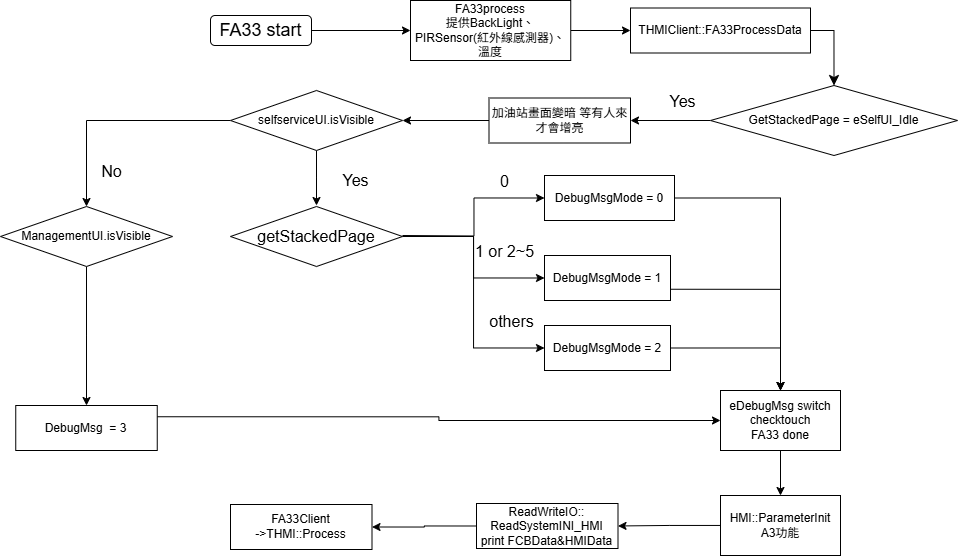
Earlier version of the draw.io export HMI流程圖.png (AXQuestion/-). Source tidied: cells renumbered, new cells last; positions are measured from the earlier drawing's top-left corner, leaving out a move shared by most shapes.
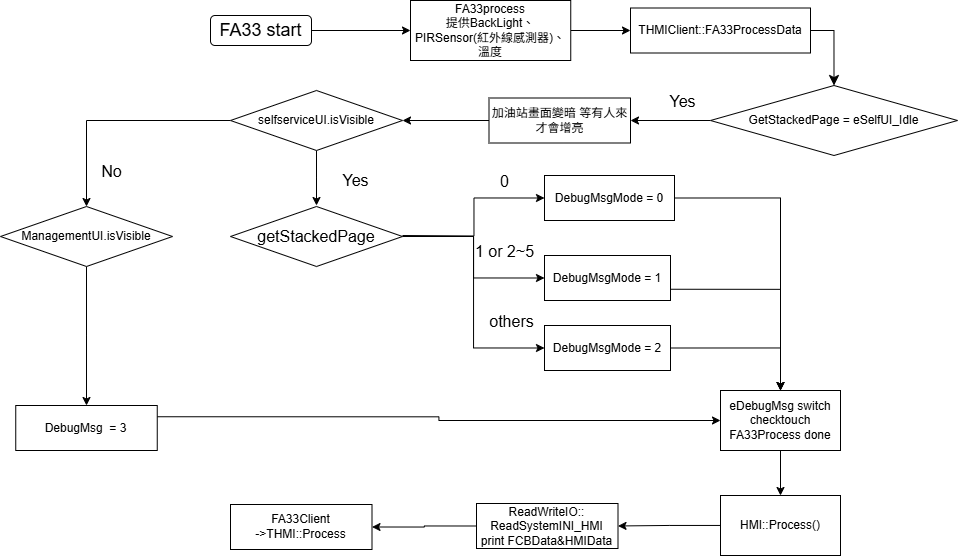
Later version of the same file.

Commit message:
更新HMI流程圖.png

Change to the diagram source:
```diff
@@ -108,13 +108,13 @@
     <mxCell id="35" style="edgeStyle=orthogonalEdgeStyle;rounded=0;jettySize=auto;html=1;exitX=0.5;exitY=1;exitDx=0;exitDy=0;" parent="1" edge="1" source="36" target="38">
       <mxGeometry relative="1" as="geometry" />
     </mxCell>
-    <mxCell id="36" value="eDebugMsg switch&lt;div&gt;checktouch&lt;/div&gt;&lt;div&gt;FA33 done&lt;/div&gt;" style="rounded=0;whiteSpace=wrap;html=1;" parent="1" vertex="1">
+    <mxCell id="36" value="eDebugMsg switch&lt;div&gt;checktouch&lt;/div&gt;&lt;div&gt;FA33Process done&lt;/div&gt;" style="rounded=0;whiteSpace=wrap;html=1;" parent="1" vertex="1">
       <mxGeometry x="720" y="390" width="120" height="60" as="geometry" />
     </mxCell>
     <mxCell id="37" style="edgeStyle=orthogonalEdgeStyle;rounded=0;jettySize=auto;html=1;" parent="1" edge="1" source="38" target="40">
       <mxGeometry relative="1" as="geometry" />
     </mxCell>
-    <mxCell id="38" value="HMI::ParameterInit&lt;div&gt;A3功能&lt;/div&gt;" style="rounded=0;whiteSpace=wrap;html=1;" parent="1" vertex="1">
+    <mxCell id="38" value="HMI::Process()" style="rounded=0;whiteSpace=wrap;html=1;" parent="1" vertex="1">
       <mxGeometry x="720" y="495" width="120" height="60" as="geometry" />
     </mxCell>
     <mxCell id="39" style="edgeStyle=orthogonalEdgeStyle;rounded=0;jettySize=auto;html=1;exitX=0;exitY=0.5;exitDx=0;exitDy=0;entryX=1;entryY=0.5;entryDx=0;entryDy=0;" parent="1" edge="1" source="40" target="41">
```
